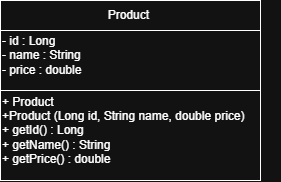
This is products-api/docs/uml/Product.drawio.png from minukamandith/SpringBoot-Tut, a draw.io export, as it was before one commit. Source tidied: cells renumbered, new cells last; positions are measured from the earlier drawing's top-left corner, leaving out a move shared by most shapes. The source it was exported from:
```xml
<mxGraphModel>
  <root>
    <mxCell id="0" />
    <mxCell id="1" parent="0" />
    <mxCell id="2" style="rounded=0;whiteSpace=wrap;html=1;" parent="1" vertex="1">
      <mxGeometry width="260" height="30" as="geometry" />
    </mxCell>
    <mxCell id="3" value="Product&amp;nbsp;" style="text;html=1;whiteSpace=wrap;strokeColor=none;fillColor=none;align=center;verticalAlign=middle;rounded=0;" parent="1" vertex="1">
      <mxGeometry x="100" width="60" height="30" as="geometry" />
    </mxCell>
    <mxCell id="4" style="rounded=0;whiteSpace=wrap;html=1;" parent="1" vertex="1">
      <mxGeometry y="30" width="260" height="60" as="geometry" />
    </mxCell>
    <mxCell id="5" value="- id : Long&amp;nbsp;&lt;div&gt;- name : String&lt;/div&gt;&lt;div&gt;- price : double&lt;/div&gt;" style="text;html=1;whiteSpace=wrap;strokeColor=none;fillColor=none;align=left;verticalAlign=middle;rounded=0;" parent="1" vertex="1">
      <mxGeometry y="40" width="170" height="30" as="geometry" />
    </mxCell>
    <mxCell id="6" style="rounded=0;whiteSpace=wrap;html=1;" parent="1" vertex="1">
      <mxGeometry y="90" width="260" height="90" as="geometry" />
    </mxCell>
    <mxCell id="7" value="+ Product&lt;div&gt;+Product (Long id, String name, double price)&lt;/div&gt;&lt;div&gt;+ getId() : Long&lt;/div&gt;&lt;div&gt;+ getName() : String&lt;/div&gt;&lt;div&gt;+ getPrice() : double&lt;/div&gt;" style="text;html=1;whiteSpace=wrap;strokeColor=none;fillColor=none;align=left;verticalAlign=middle;rounded=0;" parent="1" vertex="1">
      <mxGeometry y="90" width="280" height="80" as="geometry" />
    </mxCell>
  </root>
</mxGraphModel>
```
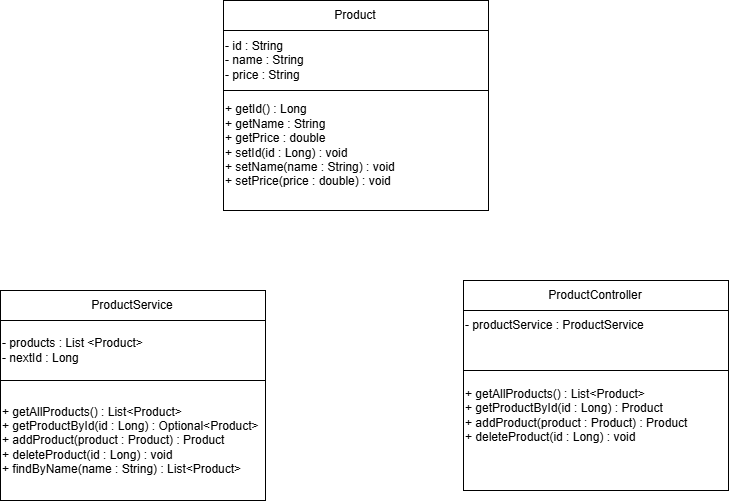
After the change.

Change to the diagram source:
```diff
@@ -2,23 +2,59 @@
   <root>
     <mxCell id="0" />
     <mxCell id="1" parent="0" />
-    <mxCell id="2" style="rounded=0;whiteSpace=wrap;html=1;" parent="1" vertex="1">
-      <mxGeometry width="260" height="30" as="geometry" />
-    </mxCell>
+    <mxCell id="8" style="rounded=0;whiteSpace=wrap;html=1;" parent="1" vertex="1">
+      <mxGeometry x="-2" width="265" height="30" as="geometry" />
+    </mxCell>
+    <mxCell id="9" style="rounded=0;whiteSpace=wrap;html=1;" parent="1" vertex="1">
+      <mxGeometry x="-2" y="90" width="265" height="120" as="geometry" />
+    </mxCell>
+    <mxCell id="10" style="rounded=0;whiteSpace=wrap;html=1;" parent="1" vertex="1">
+      <mxGeometry x="-2" y="30" width="265" height="60" as="geometry" />
+    </mxCell>
-    <mxCell id="3" value="Product&amp;nbsp;" style="text;html=1;whiteSpace=wrap;strokeColor=none;fillColor=none;align=center;verticalAlign=middle;rounded=0;" parent="1" vertex="1">
+    <mxCell id="3" value="Product" style="text;html=1;whiteSpace=wrap;strokeColor=none;fillColor=none;align=center;verticalAlign=middle;rounded=0;" parent="1" vertex="1">
       <mxGeometry x="100" width="60" height="30" as="geometry" />
     </mxCell>
-    <mxCell id="4" style="rounded=0;whiteSpace=wrap;html=1;" parent="1" vertex="1">
-      <mxGeometry y="30" width="260" height="60" as="geometry" />
-    </mxCell>
-    <mxCell id="5" value="- id : Long&amp;nbsp;&lt;div&gt;- name : String&lt;/div&gt;&lt;div&gt;- price : double&lt;/div&gt;" style="text;html=1;whiteSpace=wrap;strokeColor=none;fillColor=none;align=left;verticalAlign=middle;rounded=0;" parent="1" vertex="1">
-      <mxGeometry y="40" width="170" height="30" as="geometry" />
-    </mxCell>
-    <mxCell id="6" style="rounded=0;whiteSpace=wrap;html=1;" parent="1" vertex="1">
-      <mxGeometry y="90" width="260" height="90" as="geometry" />
-    </mxCell>
-    <mxCell id="7" value="+ Product&lt;div&gt;+Product (Long id, String name, double price)&lt;/div&gt;&lt;div&gt;+ getId() : Long&lt;/div&gt;&lt;div&gt;+ getName() : String&lt;/div&gt;&lt;div&gt;+ getPrice() : double&lt;/div&gt;" style="text;html=1;whiteSpace=wrap;strokeColor=none;fillColor=none;align=left;verticalAlign=middle;rounded=0;" parent="1" vertex="1">
-      <mxGeometry y="90" width="280" height="80" as="geometry" />
-    </mxCell>
+    <mxCell id="11" value="- id : String&lt;div&gt;- name : String&lt;/div&gt;&lt;div&gt;- price : String&lt;/div&gt;" style="text;html=1;whiteSpace=wrap;strokeColor=none;fillColor=none;align=left;verticalAlign=middle;rounded=0;" parent="1" vertex="1">
+      <mxGeometry x="-2" y="25" width="240" height="70" as="geometry" />
+    </mxCell>
+    <mxCell id="12" value="+ getId() : Long&lt;div&gt;+ getName : String&lt;/div&gt;&lt;div&gt;+ getPrice : double&lt;/div&gt;&lt;div&gt;+ setId(id : Long) : void&lt;/div&gt;&lt;div style=&quot;&quot;&gt;+ setName(name : String) : void&lt;/div&gt;&lt;div&gt;+ setPrice(price : double) : void&lt;/div&gt;" style="text;html=1;whiteSpace=wrap;strokeColor=none;fillColor=none;align=left;verticalAlign=middle;rounded=0;" parent="1" vertex="1">
+      <mxGeometry x="-2" y="95" width="210" height="100" as="geometry" />
+    </mxCell>
+    <mxCell id="13" style="rounded=0;whiteSpace=wrap;html=1;" parent="1" vertex="1">
+      <mxGeometry x="-225" y="290" width="265" height="30" as="geometry" />
+    </mxCell>
+    <mxCell id="14" style="rounded=0;whiteSpace=wrap;html=1;" parent="1" vertex="1">
+      <mxGeometry x="-225" y="380" width="265" height="120" as="geometry" />
+    </mxCell>
+    <mxCell id="15" style="rounded=0;whiteSpace=wrap;html=1;" parent="1" vertex="1">
+      <mxGeometry x="-225" y="320" width="265" height="60" as="geometry" />
+    </mxCell>
+    <mxCell id="16" value="ProductService" style="text;html=1;whiteSpace=wrap;strokeColor=none;fillColor=none;align=center;verticalAlign=middle;rounded=0;" parent="1" vertex="1">
+      <mxGeometry x="-123" y="290" width="60" height="30" as="geometry" />
+    </mxCell>
+    <mxCell id="17" value="&lt;div style=&quot;&quot;&gt;&lt;span style=&quot;background-color: transparent; color: light-dark(#000000, var(--ge-light-color, #ffffff));&quot;&gt;- products : List &amp;lt;Product&amp;gt;&lt;/span&gt;&lt;/div&gt;&lt;div&gt;- nextId : Long&lt;/div&gt;" style="text;html=1;whiteSpace=wrap;strokeColor=none;fillColor=none;align=left;verticalAlign=middle;rounded=0;" parent="1" vertex="1">
+      <mxGeometry x="-225" y="320" width="250" height="60" as="geometry" />
+    </mxCell>
+    <mxCell id="18" value="+ getAllProducts() : List&amp;lt;Product&amp;gt;&lt;div&gt;+ getProductById(id : Long) : Optional&amp;lt;Product&amp;gt;&lt;/div&gt;&lt;div&gt;+ addProduct(product : Product) : Product&amp;nbsp;&lt;/div&gt;&lt;div&gt;+ deleteProduct(id : Long) : void&amp;nbsp;&lt;/div&gt;&lt;div&gt;+ findByName(name : String) : List&amp;lt;Product&amp;gt;&lt;/div&gt;" style="text;html=1;whiteSpace=wrap;strokeColor=none;fillColor=none;align=left;verticalAlign=middle;rounded=0;" parent="1" vertex="1">
+      <mxGeometry x="-225" y="380" width="265" height="120" as="geometry" />
+    </mxCell>
+    <mxCell id="19" style="rounded=0;whiteSpace=wrap;html=1;" parent="1" vertex="1">
+      <mxGeometry x="238" y="280" width="265" height="30" as="geometry" />
+    </mxCell>
+    <mxCell id="20" style="rounded=0;whiteSpace=wrap;html=1;" parent="1" vertex="1">
+      <mxGeometry x="238" y="370" width="265" height="120" as="geometry" />
+    </mxCell>
+    <mxCell id="21" style="rounded=0;whiteSpace=wrap;html=1;" parent="1" vertex="1">
+      <mxGeometry x="238" y="310" width="265" height="60" as="geometry" />
+    </mxCell>
+    <mxCell id="22" value="ProductController" style="text;html=1;whiteSpace=wrap;strokeColor=none;fillColor=none;align=center;verticalAlign=middle;rounded=0;" parent="1" vertex="1">
+      <mxGeometry x="340" y="280" width="60" height="30" as="geometry" />
+    </mxCell>
+    <mxCell id="23" value="- productService : ProductService" style="text;html=1;whiteSpace=wrap;strokeColor=none;fillColor=none;align=left;verticalAlign=middle;rounded=0;" parent="1" vertex="1">
+      <mxGeometry x="238" y="310" width="240" height="30" as="geometry" />
+    </mxCell>
+    <mxCell id="24" value="+ getAllProducts() : List&amp;lt;Product&amp;gt;&lt;div&gt;+ getProductById(id : Long) : Product&amp;nbsp;&lt;/div&gt;&lt;div&gt;+ addProduct(product : Product) : Product&amp;nbsp;&lt;/div&gt;&lt;div style=&quot;&quot;&gt;+ deleteProduct(id : Long) : void&lt;/div&gt;" style="text;html=1;whiteSpace=wrap;strokeColor=none;fillColor=none;align=left;verticalAlign=middle;rounded=0;" parent="1" vertex="1">
+      <mxGeometry x="237.5" y="370" width="265" height="90" as="geometry" />
+    </mxCell>
   </root>
 </mxGraphModel>
```
